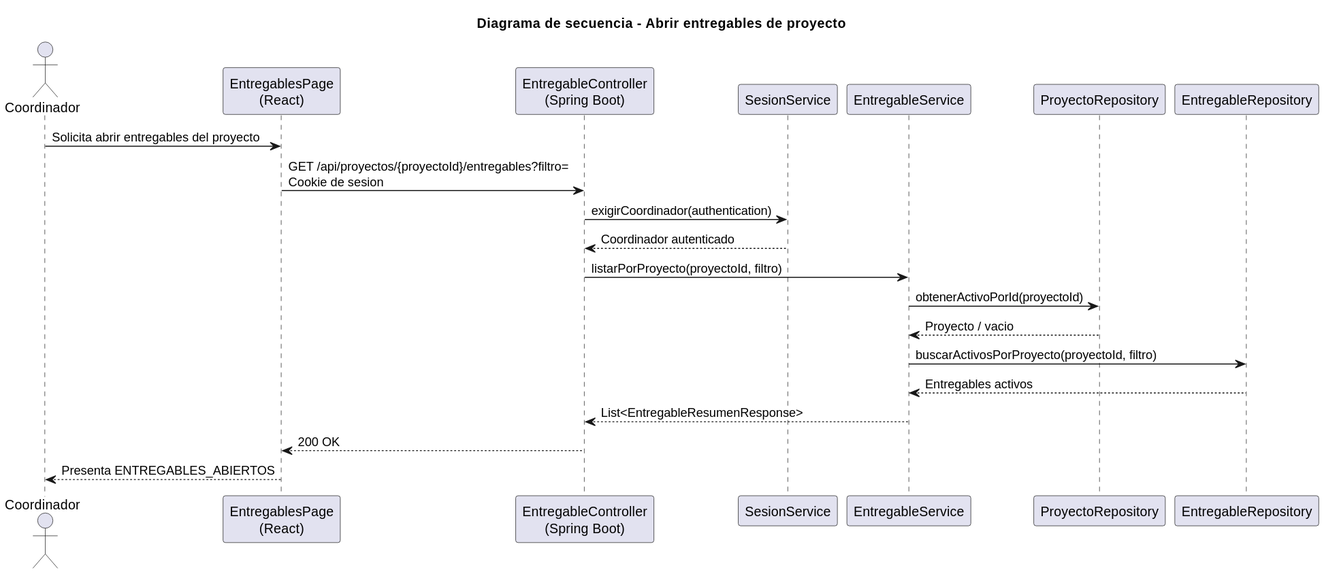
Before: images/RUP/02-diseño/casos-uso/coordinador/abrirEntregables/secuencia.svg, a diagram exported from PlantUML (beatriizorozco/25-26-idsw2-sdVC). Its diagram source:
```plantuml
@startuml
title Diagrama de secuencia - Abrir entregables de proyecto
actor Coordinador
participant "EntregablesPage\n(React)" as Frontend
participant "EntregableController\n(Spring Boot)" as Api
participant "SesionService" as Sesion
participant "EntregableService" as Service
participant "ProyectoRepository" as ProyectoRepo
participant "EntregableRepository" as Repo

Coordinador -> Frontend: Solicita abrir entregables del proyecto
Frontend -> Api: GET /api/proyectos/{proyectoId}/entregables?filtro=\nCookie de sesion
Api -> Sesion: exigirCoordinador(authentication)
Sesion --> Api: Coordinador autenticado
Api -> Service: listarPorProyecto(proyectoId, filtro)
Service -> ProyectoRepo: obtenerActivoPorId(proyectoId)
ProyectoRepo --> Service: Proyecto / vacio
Service -> Repo: buscarActivosPorProyecto(proyectoId, filtro)
Repo --> Service: Entregables activos
Service --> Api: List<EntregableResumenResponse>
Api --> Frontend: 200 OK
Frontend --> Coordinador: Presenta ENTREGABLES_ABIERTOS
@enduml
```
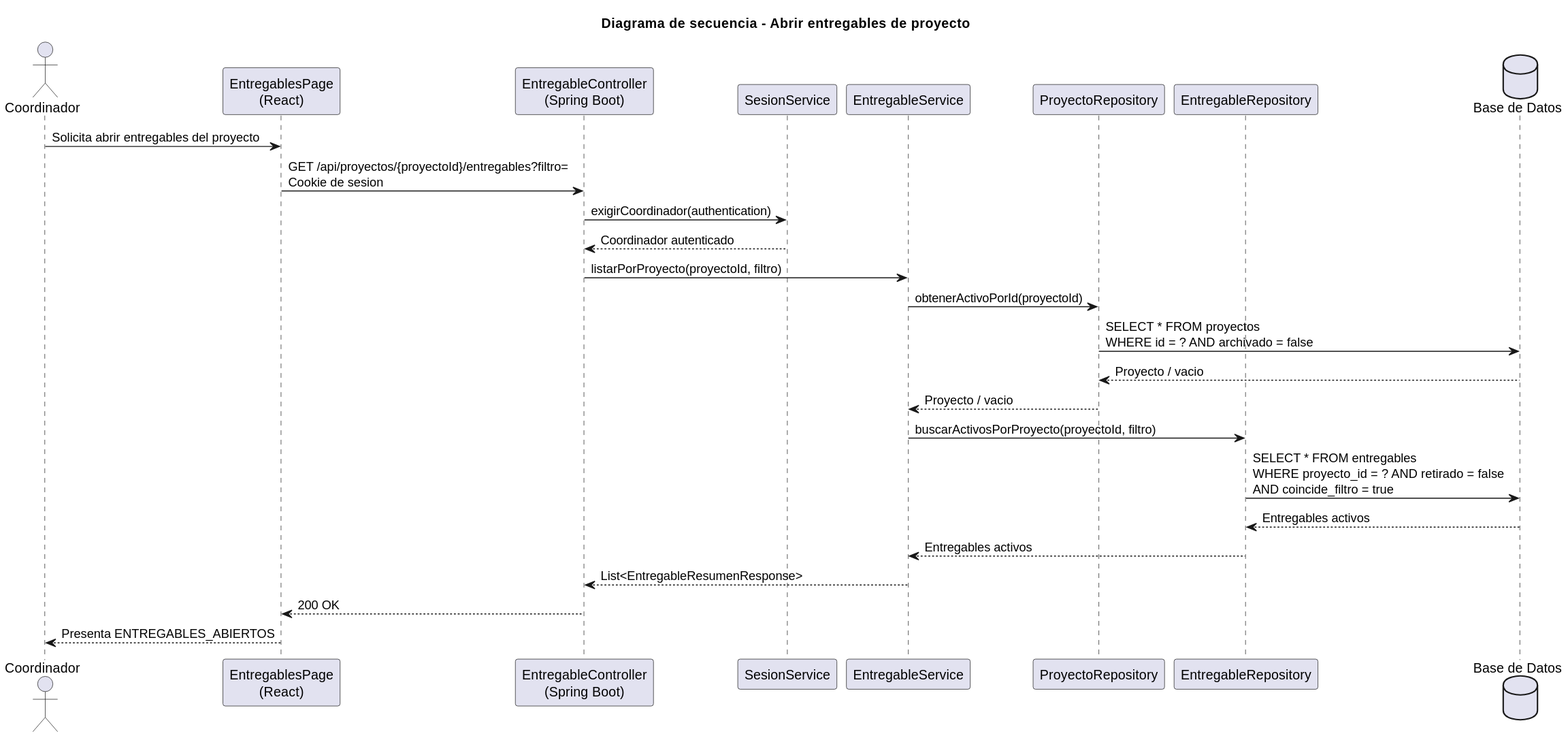
After the change.

Diff of the diagram source:
```diff
@@ -7,6 +7,7 @@
 participant "EntregableService" as Service
 participant "ProyectoRepository" as ProyectoRepo
 participant "EntregableRepository" as Repo
+database "Base de Datos" as DB
 
 Coordinador -> Frontend: Solicita abrir entregables del proyecto
 Frontend -> Api: GET /api/proyectos/{proyectoId}/entregables?filtro=\nCookie de sesion
@@ -14,8 +15,12 @@
 Sesion --> Api: Coordinador autenticado
 Api -> Service: listarPorProyecto(proyectoId, filtro)
 Service -> ProyectoRepo: obtenerActivoPorId(proyectoId)
+ProyectoRepo -> DB: SELECT * FROM proyectos\nWHERE id = ? AND archivado = false
+DB --> ProyectoRepo: Proyecto / vacio
 ProyectoRepo --> Service: Proyecto / vacio
 Service -> Repo: buscarActivosPorProyecto(proyectoId, filtro)
+Repo -> DB: SELECT * FROM entregables\nWHERE proyecto_id = ? AND retirado = false\nAND coincide_filtro = true
+DB --> Repo: Entregables activos
 Repo --> Service: Entregables activos
 Service --> Api: List<EntregableResumenResponse>
 Api --> Frontend: 200 OK
```
